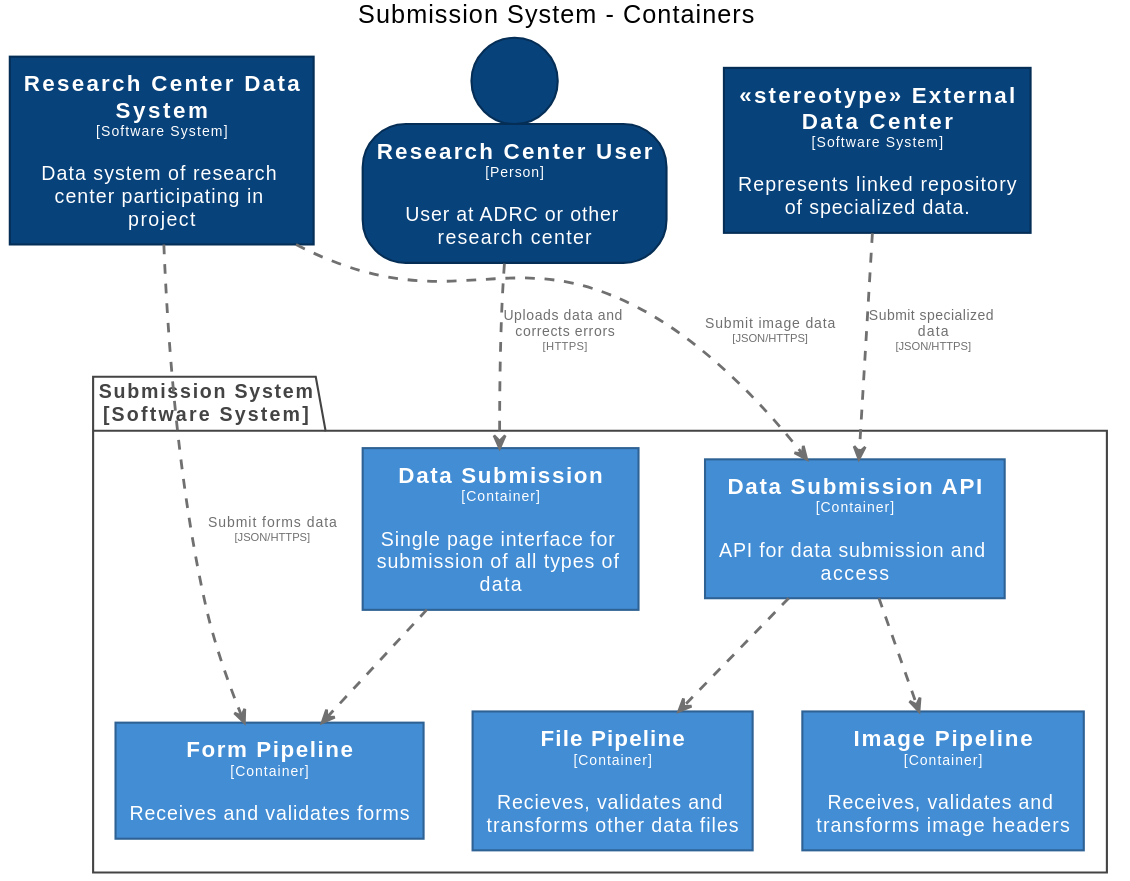
Earlier version of the PlantUML export docs/images/structurizr-SubmissionContainers.svg (naccdata/system-design).
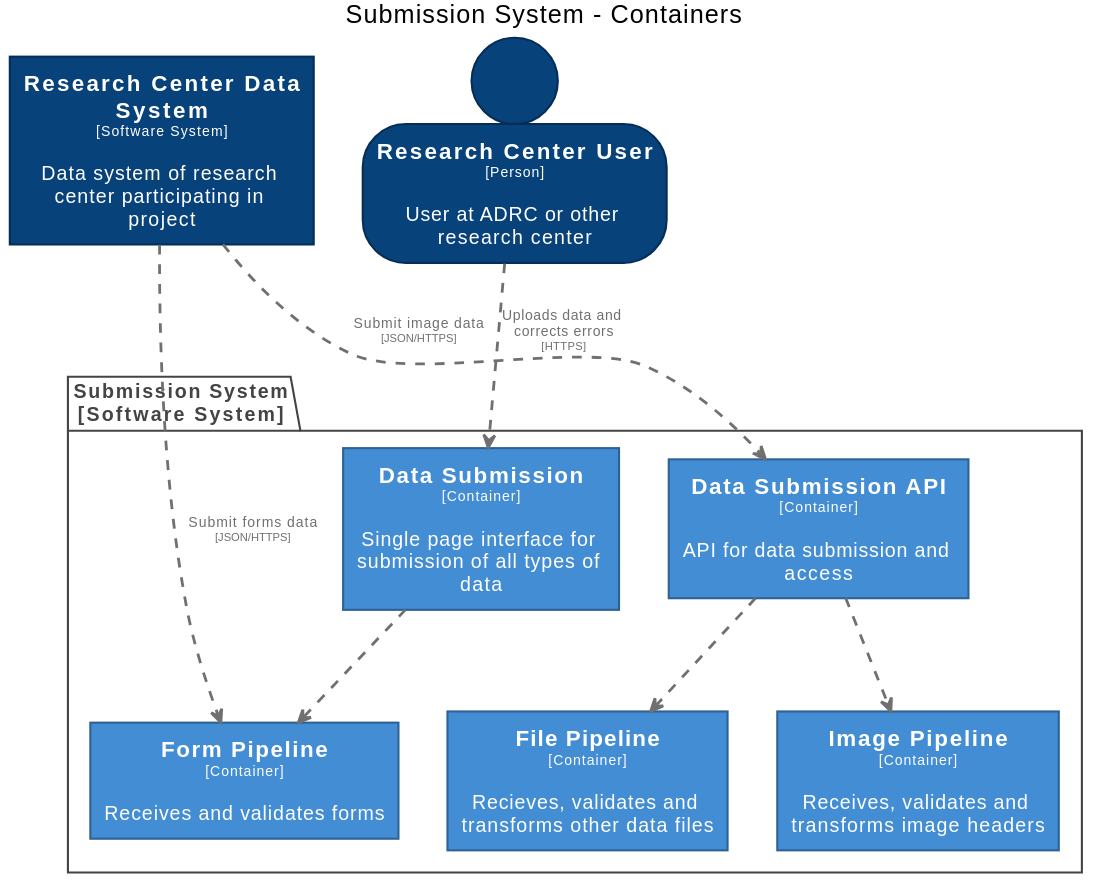
Later version of the same file.

What changed in the source:
```diff
@@ -13,11 +13,6 @@
 
 hide stereotype
 
-skinparam rectangle<<stereotypeExternalDataCenter>> {
-  BackgroundColor #08427b
-  FontColor #ffffff
-  BorderColor #052e56
-}
 skinparam rectangle<<SubmissionSystem.DataSubmission>> {
   BackgroundColor #438dd5
   FontColor #ffffff
@@ -55,7 +50,6 @@
 }
 
 rectangle "==Research Center Data System\n<size:10>[Software System]</size>\n\nData system of research center participating in project" <<ResearchCenterDataSystem>> as ResearchCenterDataSystem
-rectangle "==<<stereotype>> External Data Center\n<size:10>[Software System]</size>\n\nRepresents linked repository of specialized data." <<stereotypeExternalDataCenter>> as stereotypeExternalDataCenter
 person "==Research Center User\n<size:10>[Person]</size>\n\nUser at ADRC or other research center" <<ResearchCenterUser>> as ResearchCenterUser
 
 package "Submission System\n[Software System]" <<SubmissionSystem>> {
@@ -69,7 +63,6 @@
   rectangle "==Data Submission\n<size:10>[Container]</size>\n\nSingle page interface for submission of all types of data" <<SubmissionSystem.DataSubmission>> as SubmissionSystem.DataSubmission
 }
 
-stereotypeExternalDataCenter .[#707070,thickness=2].> SubmissionSystem.DataSubmissionAPI : "<color:#707070>Submit specialized data\n<color:#707070><size:8>[JSON/HTTPS]</size>"
 ResearchCenterDataSystem .[#707070,thickness=2].> SubmissionSystem.FormPipeline : "<color:#707070>Submit forms data\n<color:#707070><size:8>[JSON/HTTPS]</size>"
 ResearchCenterDataSystem .[#707070,thickness=2].> SubmissionSystem.DataSubmissionAPI : "<color:#707070>Submit image data\n<color:#707070><size:8>[JSON/HTTPS]</size>"
 SubmissionSystem.DataSubmissionAPI .[#707070,thickness=2].> SubmissionSystem.FilePipeline : "<color:#707070>"
```
